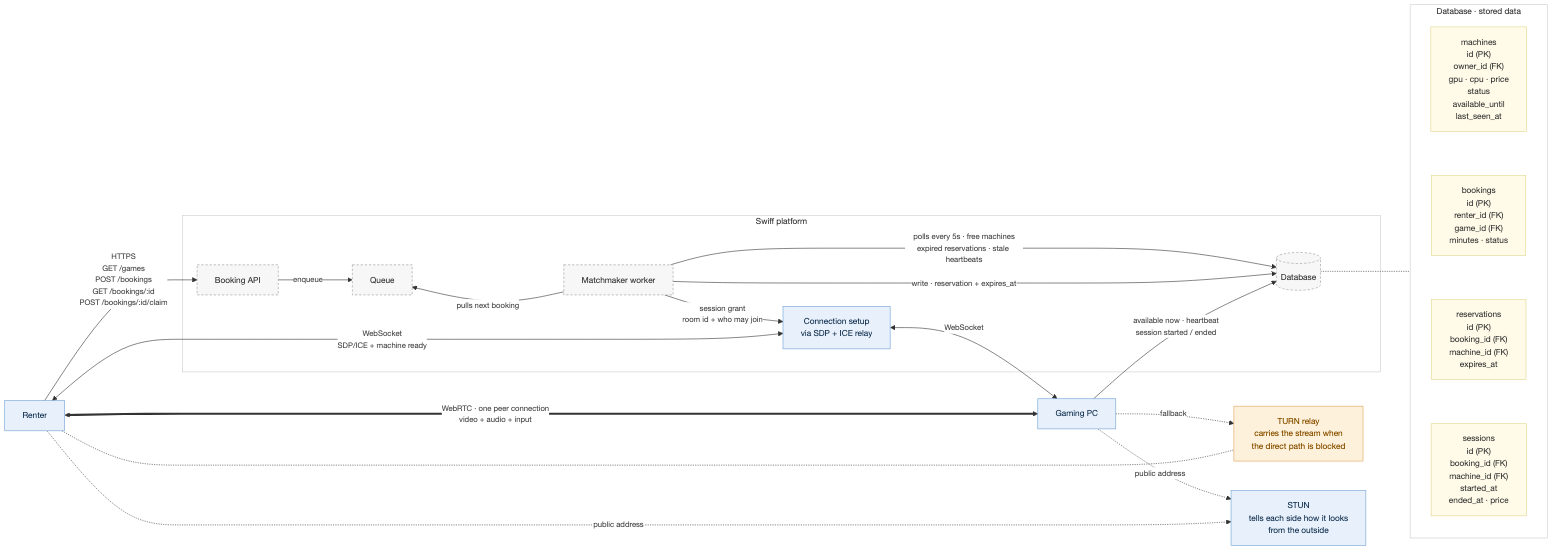
Earlier version of the Mermaid export docs/diagrams/system-architecture.png (tomnotthomas/distributed_gaming). Its source is kept beside it as docs/diagrams/system-architecture.mmd.
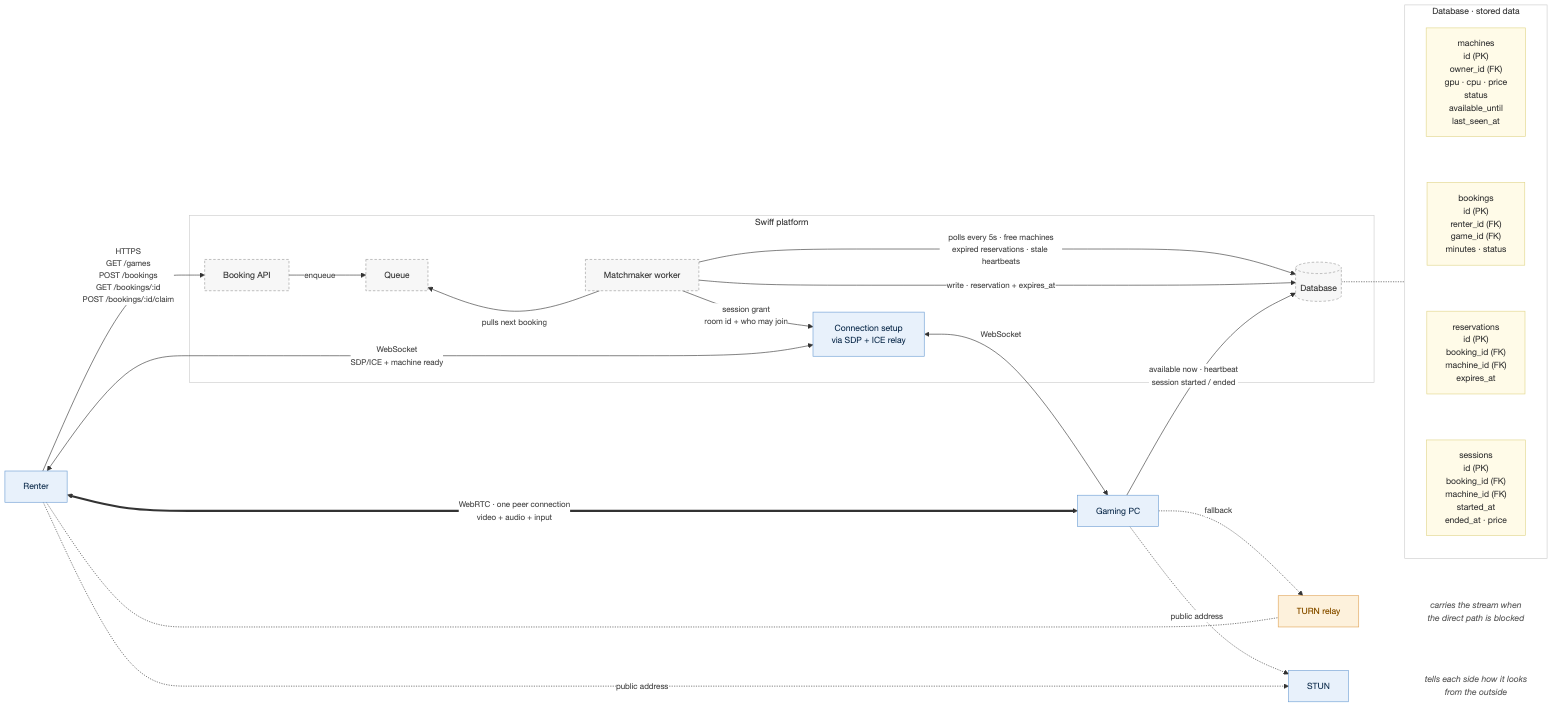
Later version of the same file.

Commit message:
docs(diagrams): move TURN/STUN descriptions out of the boxes as plain notes

Change to the diagram source:
```diff
@@ -19,8 +19,12 @@
 flowchart LR
   Renter["Renter"]
   PC["Gaming PC"]
-  TURN["TURN relay<br/>carries the stream when<br/>the direct path is blocked"]
-  STUN["STUN<br/>tells each side how it looks<br/>from the outside"]
+  TURN["TURN relay"]
+  STUN["STUN"]
+  TURNnote["carries the stream when<br/>the direct path is blocked"]
+  STUNnote["tells each side how it looks<br/>from the outside"]
+  TURN ~~~ TURNnote
+  STUN ~~~ STUNnote
 
   subgraph Platform["Swiff platform"]
     API["Booking API"]
@@ -59,10 +63,12 @@
   classDef platform fill:#f7f7f7,stroke:#999,stroke-dasharray:4 3,color:#444
   classDef endpoint fill:#e8f1fb,stroke:#6d9ed3,color:#0b2a4a
   classDef turn fill:#fdf1dc,stroke:#e0a458,color:#8a5300
+  classDef note fill:none,stroke:none,color:#666,font-style:italic
   classDef table fill:#fffbe8,stroke:#e0d58a,color:#333
   class API,Q,MM,DB platform
   class Renter,PC,SIG,STUN endpoint
   class TURN turn
   class T1,T2,T3,T4 table
+  class TURNnote,STUNnote note
   style Platform fill:#ffffff,stroke:#ccc,color:#444
   style Data fill:#ffffff,stroke:#ccc,color:#444
```
